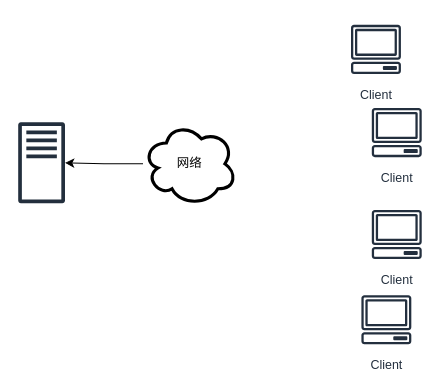
Above: system_component.drawio in foreignbill/drawio (draw.io), before the change. Source tidied: cells renumbered, new cells numbered last; positions are measured from the earlier drawing's top-left corner, leaving out a move shared by most shapes. Both pictures are drawn from the tidied source at 104%, with x=0, y=0 at pixel (18, 18).
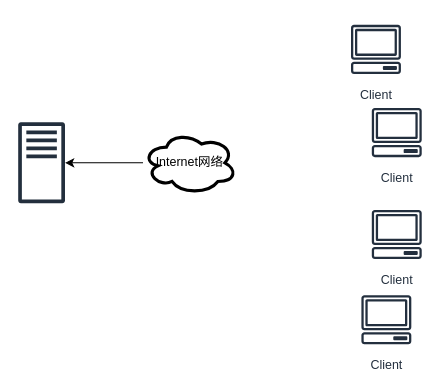
The same diagram, later.

Change to the diagram source:
```diff
@@
 <mxGraphModel>
   <root>
     <mxCell id="0" />
     <mxCell id="1" parent="0" />
     <mxCell id="2" style="sketch=0;outlineConnect=0;fontColor=#232F3E;gradientColor=none;fillColor=#232F3D;strokeColor=none;dashed=0;verticalLabelPosition=bottom;verticalAlign=top;align=center;html=1;fontSize=12;fontStyle=0;shape=mxgraph.aws4.traditional_server;" parent="1" vertex="1">
       <mxGeometry y="100" width="45" height="78" as="geometry" />
     </mxCell>
     <mxCell id="3" value="Client" style="sketch=0;fontColor=#232F3E;gradientColor=none;strokeColor=#232F3E;fillColor=#ffffff;dashed=0;verticalLabelPosition=bottom;verticalAlign=top;align=center;html=1;fontSize=12;fontStyle=0;shape=mxgraph.aws4.resourceIcon;resIcon=mxgraph.aws4.client;" parent="1" vertex="1">
       <mxGeometry x="334" y="80" width="60" height="60" as="geometry" />
     </mxCell>
     <mxCell id="4" value="Client" style="sketch=0;fontColor=#232F3E;gradientColor=none;strokeColor=#232F3E;fillColor=#ffffff;dashed=0;verticalLabelPosition=bottom;verticalAlign=top;align=center;html=1;fontSize=12;fontStyle=0;shape=mxgraph.aws4.resourceIcon;resIcon=mxgraph.aws4.client;" parent="1" vertex="1">
       <mxGeometry x="324" y="260" width="60" height="60" as="geometry" />
     </mxCell>
     <mxCell id="5" value="Client" style="sketch=0;fontColor=#232F3E;gradientColor=none;strokeColor=#232F3E;fillColor=#ffffff;dashed=0;verticalLabelPosition=bottom;verticalAlign=top;align=center;html=1;fontSize=12;fontStyle=0;shape=mxgraph.aws4.resourceIcon;resIcon=mxgraph.aws4.client;" parent="1" vertex="1">
       <mxGeometry x="334" y="178" width="60" height="60" as="geometry" />
     </mxCell>
     <mxCell id="6" value="Client" style="sketch=0;fontColor=#232F3E;gradientColor=none;strokeColor=#232F3E;fillColor=#ffffff;dashed=0;verticalLabelPosition=bottom;verticalAlign=top;align=center;html=1;fontSize=12;fontStyle=0;shape=mxgraph.aws4.resourceIcon;resIcon=mxgraph.aws4.client;" parent="1" vertex="1">
       <mxGeometry x="314" width="60" height="60" as="geometry" />
     </mxCell>
     <mxCell id="7" style="edgeStyle=orthogonalEdgeStyle;rounded=0;jettySize=auto;html=1;" parent="1" edge="1" source="8" target="2">
       <mxGeometry relative="1" as="geometry" />
     </mxCell>
-    <mxCell id="8" value="网络" style="ellipse;shape=cloud;whiteSpace=wrap;html=1;strokeWidth=3;" parent="1" vertex="1">
-      <mxGeometry x="120" y="100" width="90" height="80" as="geometry" />
+    <mxCell id="8" value="Internet网络" style="ellipse;shape=cloud;whiteSpace=wrap;html=1;strokeWidth=3;" parent="1" vertex="1">
+      <mxGeometry x="120" y="109" width="90" height="60" as="geometry" />
     </mxCell>
   </root>
 </mxGraphModel>
```
